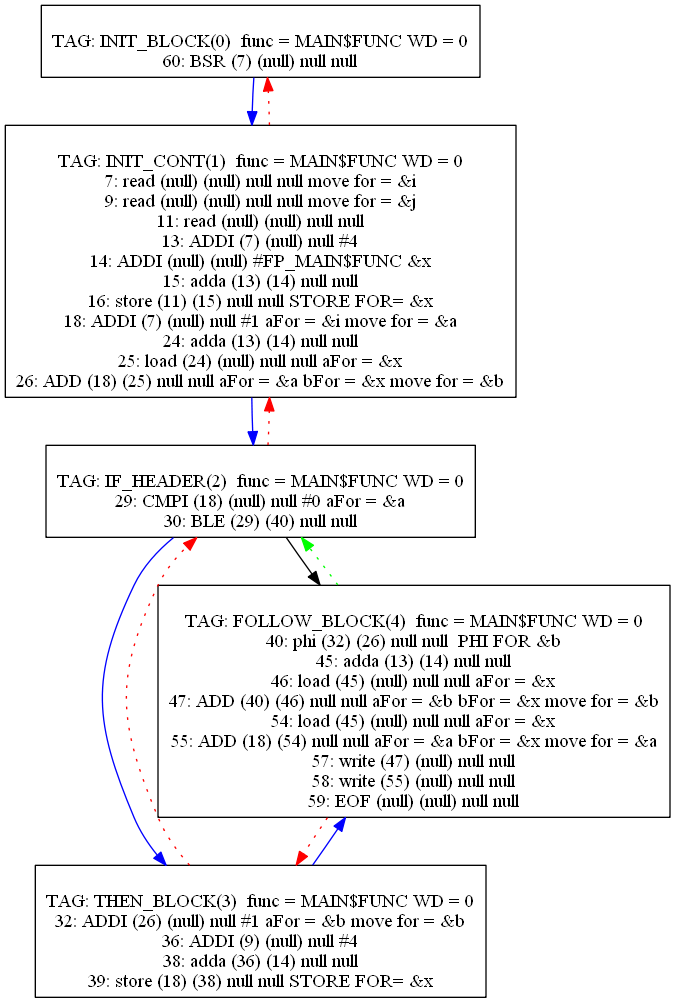
mbajaj92/Project-Astoria keeps this Graphviz diagram as Compiler/0graph.png. Above is the earlier version. Its source is kept beside it as Compiler/0graph.dot.
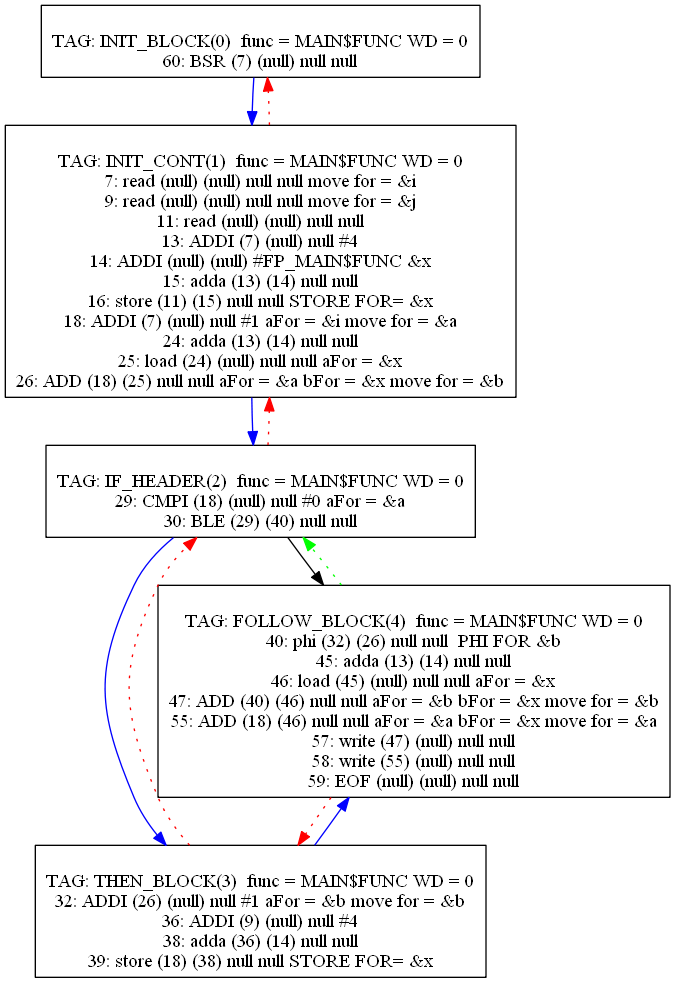
Later version of the same file.

What changed in the source:
```diff
@@ -47,8 +47,7 @@
 45: adda (13) (14) null null
 46: load (45) (null) null null aFor = &x
 47: ADD (40) (46) null null aFor = &b bFor = &x move for = &b
-54: load (45) (null) null null aFor = &x
-55: ADD (18) (54) null null aFor = &a bFor = &x move for = &a
+55: ADD (18) (46) null null aFor = &a bFor = &x move for = &a
 57: write (47) (null) null null
 58: write (55) (null) null null
 59: EOF (null) (null) null null
```
